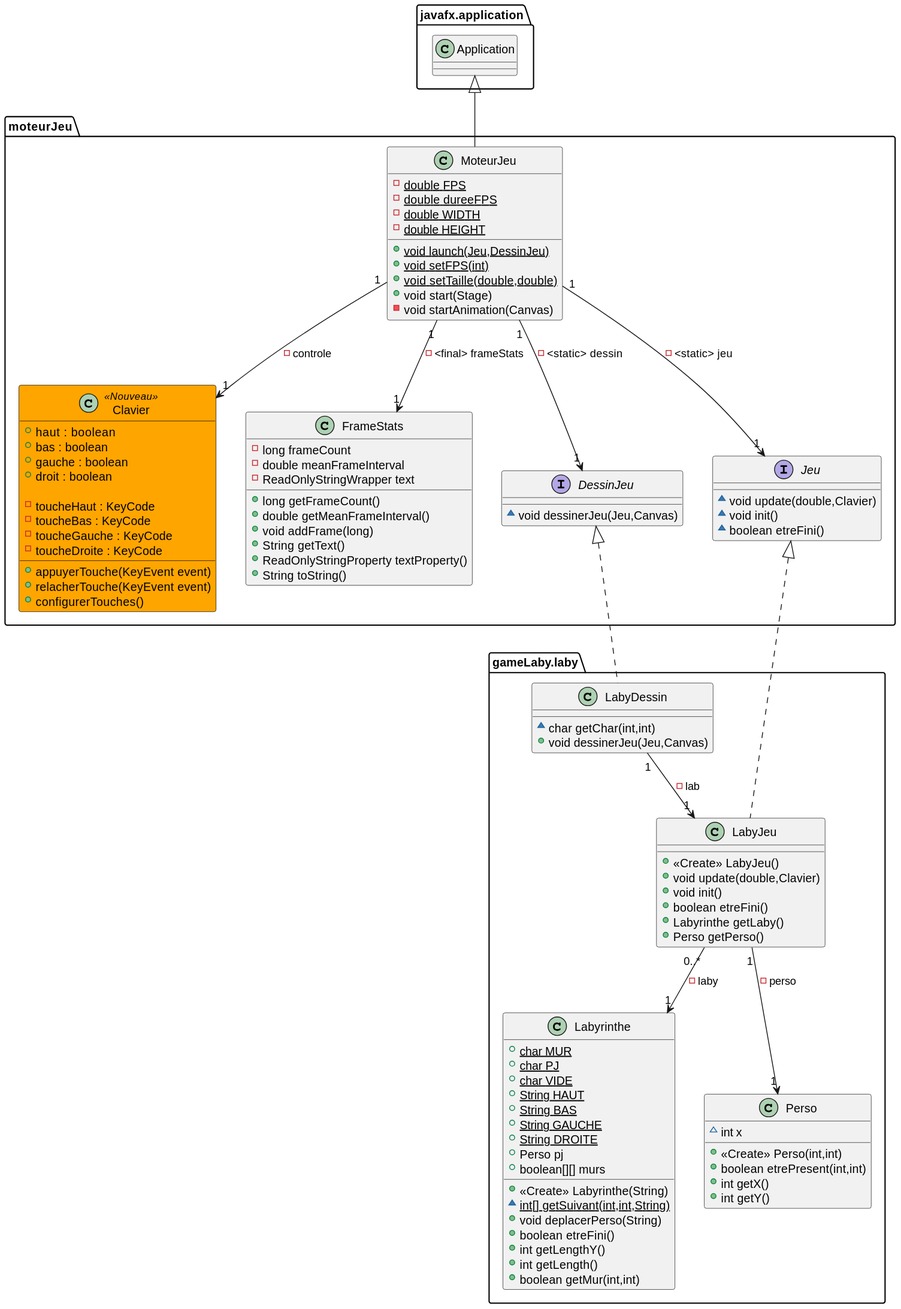
Luquor/2022_Zeldiablo_pinchon6u_elbourou11u_allali24u_kone41u_signorel2u keeps this PlantUML diagram as documents/version_4/DiagClassConfigurationClavier.svg. Above is the earlier version. The source it was exported from:
```plantuml
@startuml

skinparam class{
  BackgroundColor<<Nouveau>> Orange
  BorderColor<<Nouveau>> Black
}

class moteurJeu.Clavier<<Nouveau>>
{
    + haut  : boolean
    + bas : boolean
    + gauche : boolean
    + droit : boolean

    - toucheHaut : KeyCode
    - toucheBas : KeyCode
    - toucheGauche : KeyCode
    - toucheDroite : KeyCode

    + appuyerTouche(KeyEvent event)
    + relacherTouche(KeyEvent event)
    + configurerTouches()
}

class moteurJeu.FrameStats {
- long frameCount
- double meanFrameInterval
- ReadOnlyStringWrapper text
+ long getFrameCount()
+ double getMeanFrameInterval()
+ void addFrame(long)
+ String getText()
+ ReadOnlyStringProperty textProperty()
+ String toString()
}
class gameLaby.laby.Labyrinthe {
+ {static} char MUR
+ {static} char PJ
+ {static} char VIDE
+ {static} String HAUT
+ {static} String BAS
+ {static} String GAUCHE
+ {static} String DROITE
+ Perso pj
+ boolean[][] murs
+ <<Create>> Labyrinthe(String)
~ {static} int[] getSuivant(int,int,String)
+ void deplacerPerso(String)
+ boolean etreFini()
+ int getLengthY()
+ int getLength()
+ boolean getMur(int,int)
}
interface moteurJeu.DessinJeu {
~ void dessinerJeu(Jeu,Canvas)
}
class gameLaby.laby.LabyDessin {
~ char getChar(int,int)
+ void dessinerJeu(Jeu,Canvas)
}

class gameLaby.laby.LabyJeu {
+ <<Create>> LabyJeu()
+ void update(double,Clavier)
+ void init()
+ boolean etreFini()
+ Labyrinthe getLaby()
+ Perso getPerso()
}
interface moteurJeu.Jeu {
~ void update(double,Clavier)
~ void init()
~ boolean etreFini()
}

class gameLaby.laby.Perso {
~ int x
+ <<Create>> Perso(int,int)
+ boolean etrePresent(int,int)
+ int getX()
+ int getY()
}

class moteurJeu.MoteurJeu {
- {static} double FPS
- {static} double dureeFPS
- {static} double WIDTH
- {static} double HEIGHT
+ {static} void launch(Jeu,DessinJeu)
+ {static} void setFPS(int)
+ {static} void setTaille(double,double)
+ void start(Stage)
- void startAnimation(Canvas)
}


moteurJeu.DessinJeu <|.. gameLaby.laby.LabyDessin
moteurJeu.Jeu <|.. gameLaby.laby.LabyJeu
javafx.application.Application <|-- moteurJeu.MoteurJeu
moteurJeu.MoteurJeu "1" --> "1" moteurJeu.Clavier : - controle
moteurJeu.MoteurJeu "1" --> "1" moteurJeu.Jeu : - <static> jeu
moteurJeu.MoteurJeu "1" --> "1" moteurJeu.DessinJeu : - <static> dessin
moteurJeu.MoteurJeu "1" --> "1" moteurJeu.FrameStats : - <final> frameStats
gameLaby.laby.LabyJeu "0..*" --> "1" gameLaby.laby.Labyrinthe : - laby
gameLaby.laby.LabyJeu "1" --> "1" gameLaby.laby.Perso : - perso
gameLaby.laby.LabyDessin "1" --> "1" gameLaby.laby.LabyJeu : - lab

@enduml
```
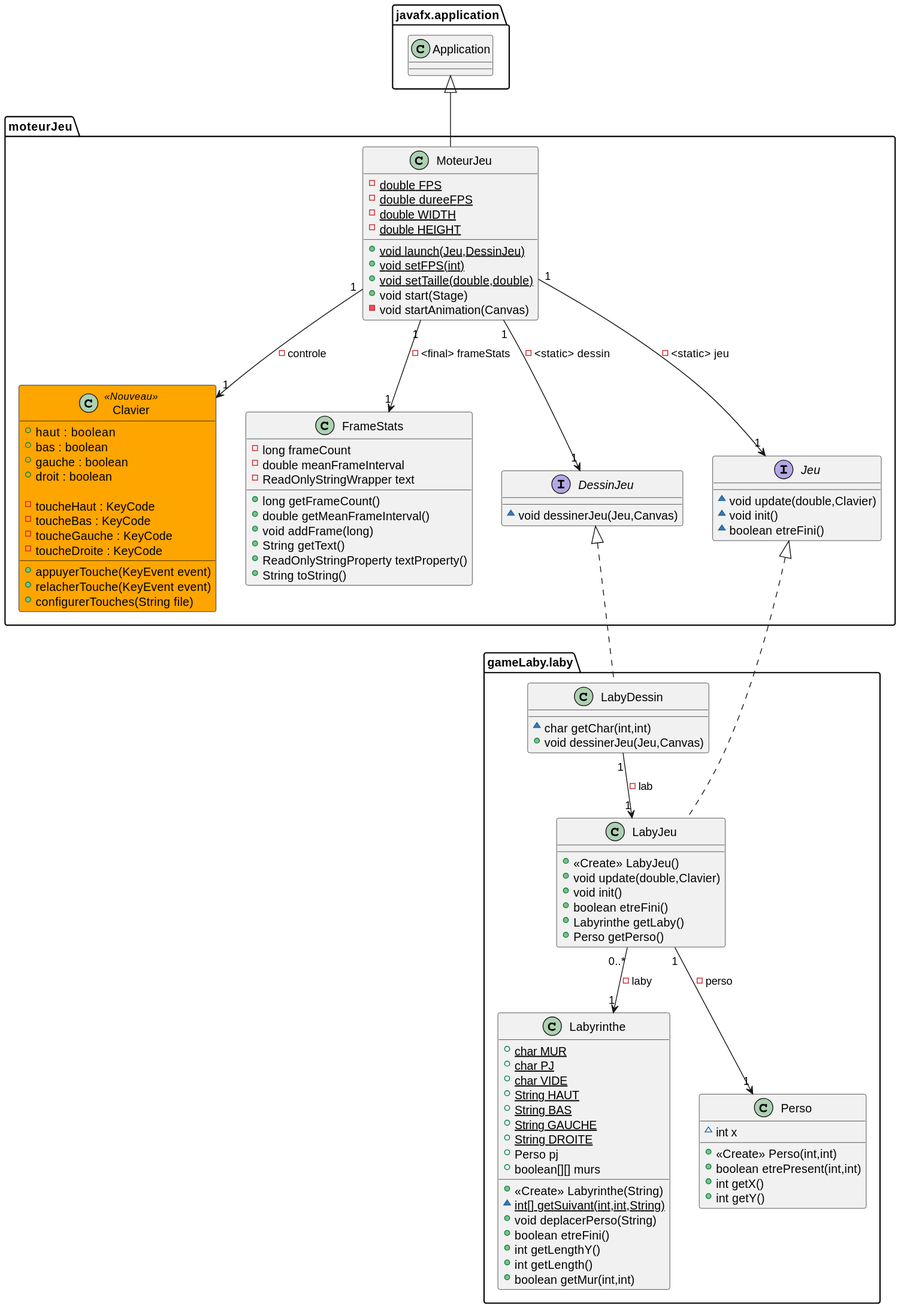
Above is the later version.

Commit message:
ajout du diagramme de séquence pour la configuration des touches

What changed in the source:
```diff
@@ -19,7 +19,7 @@
 
     + appuyerTouche(KeyEvent event)
     + relacherTouche(KeyEvent event)
-    + configurerTouches()
+    + configurerTouches(String file)
 }
 
 class moteurJeu.FrameStats {
```
